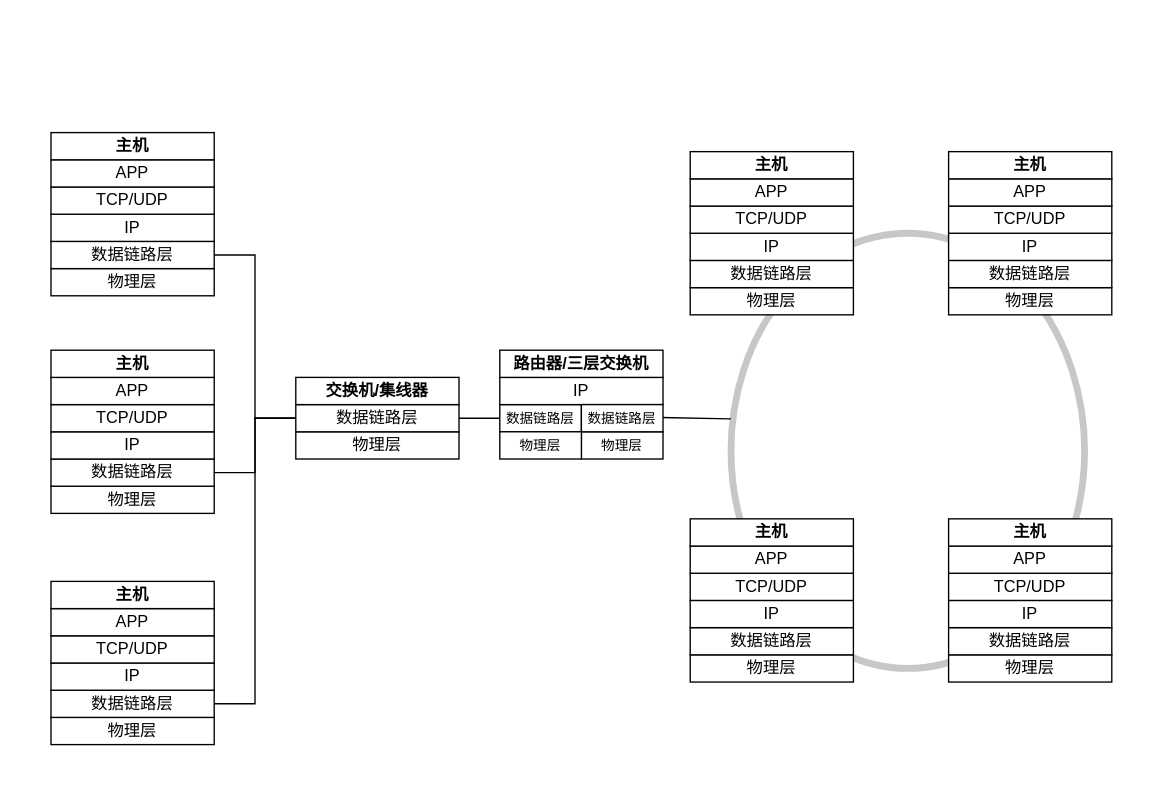
anorqiu9/drawio keeps this draw.io diagram as BankNetwork.drawio. Above is the earlier version. Source tidied: cells renumbered, new cells numbered last; positions are measured from the earlier drawing's top-left corner, leaving out a move shared by most shapes. Both pictures are drawn from the tidied source at 136%, with x=0, y=0 at pixel (50, 132).
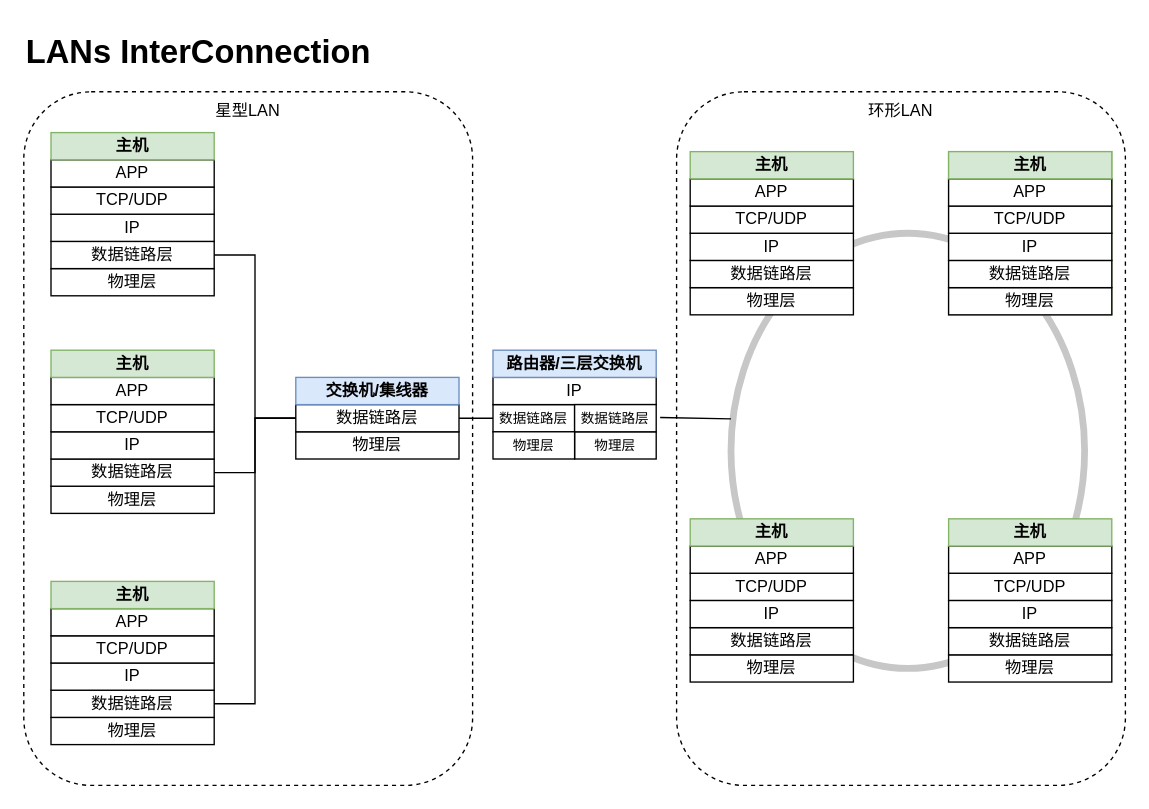
Above is the later version.

The change refers to these unchanged cells:
```xml
<mxCell id="3" style="group;" parent="1" vertex="1">
  <mxGeometry y="160" width="120" height="120" as="geometry" />
</mxCell>
<mxCell id="10" style="group;" parent="1" vertex="1">
  <mxGeometry x="180" y="180" width="120" height="60" as="geometry" />
</mxCell>
<mxCell id="21" style="group;" parent="1" vertex="1">
  <mxGeometry y="330" width="120" height="120" as="geometry" />
</mxCell>
<mxCell id="35" style="group;" parent="1" vertex="1">
  <mxGeometry x="470" y="284" width="120" height="120" as="geometry" />
</mxCell>
<mxCell id="42" style="group;" parent="1" vertex="1">
  <mxGeometry x="660" y="284" width="120" height="120" as="geometry" />
</mxCell>
```

What changed in the source:
```diff
@@
+    <mxCell id="66" value="星型LAN" style="rounded=1;whiteSpace=wrap;html=1;verticalAlign=top;fillColor=none;dashed=1;" parent="1" vertex="1">
+      <mxGeometry x="-20" y="-30" width="330" height="510" as="geometry" />
+    </mxCell>
+    <mxCell id="67" value="环形LAN" style="rounded=1;whiteSpace=wrap;html=1;verticalAlign=top;fillColor=none;dashed=1;" parent="1" vertex="1">
+      <mxGeometry x="460" y="-30" width="330" height="510" as="geometry" />
+    </mxCell>
@@
-    <mxCell id="9" value="主机" style="rounded=0;whiteSpace=wrap;html=1;fontStyle=1;" parent="3" vertex="1">
+    <mxCell id="9" value="主机" style="rounded=0;whiteSpace=wrap;html=1;fontStyle=1;fillColor=#d5e8d4;strokeColor=#82b366;" parent="3" vertex="1">
       <mxGeometry width="120" height="20" as="geometry" />
     </mxCell>
@@
-    <mxCell id="13" value="交换机/集线器" style="rounded=0;whiteSpace=wrap;html=1;fontStyle=1;" parent="10" vertex="1">
+    <mxCell id="13" value="交换机/集线器" style="rounded=0;whiteSpace=wrap;html=1;fontStyle=1;fillColor=#dae8fc;strokeColor=#6c8ebf;" parent="10" vertex="1">
       <mxGeometry width="120" height="20" as="geometry" />
     </mxCell>
-    <mxCell id="14" style="group;" parent="1" vertex="1">
-      <mxGeometry width="120" height="120" as="geometry" />
-    </mxCell>
-    <mxCell id="15" value="物理层" style="rounded=0;whiteSpace=wrap;html=1;" parent="14" vertex="1">
-      <mxGeometry y="100" width="120" height="20" as="geometry" />
-    </mxCell>
-    <mxCell id="16" value="数据链路层" style="rounded=0;whiteSpace=wrap;html=1;" parent="14" vertex="1">
-      <mxGeometry y="80" width="120" height="20" as="geometry" />
-    </mxCell>
-    <mxCell id="17" value="IP" style="rounded=0;whiteSpace=wrap;html=1;" parent="14" vertex="1">
-      <mxGeometry y="60" width="120" height="20" as="geometry" />
-    </mxCell>
-    <mxCell id="18" value="TCP/UDP" style="rounded=0;whiteSpace=wrap;html=1;" parent="14" vertex="1">
-      <mxGeometry y="40" width="120" height="20" as="geometry" />
-    </mxCell>
-    <mxCell id="19" value="APP" style="rounded=0;whiteSpace=wrap;html=1;" parent="14" vertex="1">
-      <mxGeometry y="20" width="120" height="20" as="geometry" />
-    </mxCell>
-    <mxCell id="20" value="主机" style="rounded=0;whiteSpace=wrap;html=1;fontStyle=1;" parent="14" vertex="1">
-      <mxGeometry width="120" height="20" as="geometry" />
-    </mxCell>
@@
-    <mxCell id="27" value="主机" style="rounded=0;whiteSpace=wrap;html=1;fontStyle=1;" parent="21" vertex="1">
+    <mxCell id="27" value="主机" style="rounded=0;whiteSpace=wrap;html=1;fontStyle=1;fillColor=#d5e8d4;strokeColor=#82b366;" parent="21" vertex="1">
       <mxGeometry width="120" height="20" as="geometry" />
     </mxCell>
-    <mxCell id="28" style="group;" parent="1" vertex="1">
+    <mxCell id="28" style="group;fillColor=#d5e8d4;strokeColor=#82b366;" parent="1" vertex="1">
       <mxGeometry x="660" y="14" width="120" height="120" as="geometry" />
     </mxCell>
@@
-    <mxCell id="34" value="主机" style="rounded=0;whiteSpace=wrap;html=1;fontStyle=1;" parent="28" vertex="1">
+    <mxCell id="34" value="主机" style="rounded=0;whiteSpace=wrap;html=1;fontStyle=1;fillColor=#d5e8d4;strokeColor=#82b366;" parent="28" vertex="1">
       <mxGeometry width="120" height="20" as="geometry" />
     </mxCell>
@@
-    <mxCell id="41" value="主机" style="rounded=0;whiteSpace=wrap;html=1;fontStyle=1;" parent="35" vertex="1">
+    <mxCell id="41" value="主机" style="rounded=0;whiteSpace=wrap;html=1;fontStyle=1;fillColor=#d5e8d4;strokeColor=#82b366;" parent="35" vertex="1">
       <mxGeometry width="120" height="20" as="geometry" />
     </mxCell>
@@
-    <mxCell id="48" value="主机" style="rounded=0;whiteSpace=wrap;html=1;fontStyle=1;" parent="42" vertex="1">
+    <mxCell id="48" value="主机" style="rounded=0;whiteSpace=wrap;html=1;fontStyle=1;fillColor=#d5e8d4;strokeColor=#82b366;" parent="42" vertex="1">
       <mxGeometry width="120" height="20" as="geometry" />
     </mxCell>
@@
-    <mxCell id="59" value="主机" style="rounded=0;whiteSpace=wrap;html=1;fontStyle=1;" parent="1" vertex="1">
+    <mxCell id="59" value="主机" style="rounded=0;whiteSpace=wrap;html=1;fontStyle=1;fillColor=#d5e8d4;strokeColor=#82b366;" parent="1" vertex="1">
       <mxGeometry x="470" y="14" width="120" height="20" as="geometry" />
     </mxCell>
     <mxCell id="60" value="物理层" style="rounded=0;whiteSpace=wrap;html=1;fontSize=10;" parent="1" vertex="1">
-      <mxGeometry x="390" y="220" width="60" height="20" as="geometry" />
+      <mxGeometry x="385" y="220" width="60" height="20" as="geometry" />
     </mxCell>
     <mxCell id="61" value="数据链路层" style="rounded=0;whiteSpace=wrap;html=1;fontSize=10;" parent="1" vertex="1">
-      <mxGeometry x="330" y="200" width="60" height="20" as="geometry" />
+      <mxGeometry x="325" y="200" width="60" height="20" as="geometry" />
     </mxCell>
     <mxCell id="62" value="IP" style="rounded=0;whiteSpace=wrap;html=1;" parent="1" vertex="1">
-      <mxGeometry x="330" y="180" width="120" height="20" as="geometry" />
+      <mxGeometry x="325" y="180" width="120" height="20" as="geometry" />
     </mxCell>
-    <mxCell id="63" value="路由器/三层交换机" style="rounded=0;whiteSpace=wrap;html=1;fontStyle=1;" parent="1" vertex="1">
-      <mxGeometry x="330" y="160" width="120" height="20" as="geometry" />
+    <mxCell id="63" value="路由器/三层交换机" style="rounded=0;whiteSpace=wrap;html=1;fontStyle=1;fillColor=#dae8fc;strokeColor=#6c8ebf;" parent="1" vertex="1">
+      <mxGeometry x="325" y="160" width="120" height="20" as="geometry" />
     </mxCell>
     <mxCell id="64" value="数据链路层" style="rounded=0;whiteSpace=wrap;html=1;fontSize=10;" parent="1" vertex="1">
-      <mxGeometry x="390" y="200" width="60" height="20" as="geometry" />
+      <mxGeometry x="385" y="200" width="60" height="20" as="geometry" />
     </mxCell>
     <mxCell id="65" value="物理层" style="rounded=0;whiteSpace=wrap;html=1;fontSize=10;" parent="1" vertex="1">
-      <mxGeometry x="330" y="220" width="60" height="20" as="geometry" />
+      <mxGeometry x="325" y="220" width="60" height="20" as="geometry" />
     </mxCell>
+    <mxCell id="15" value="物理层" style="rounded=0;whiteSpace=wrap;html=1;" parent="1" vertex="1">
+      <mxGeometry y="100" width="120" height="20" as="geometry" />
+    </mxCell>
+    <mxCell id="16" value="数据链路层" style="rounded=0;whiteSpace=wrap;html=1;" parent="1" vertex="1">
+      <mxGeometry y="80" width="120" height="20" as="geometry" />
+    </mxCell>
+    <mxCell id="17" value="IP" style="rounded=0;whiteSpace=wrap;html=1;" parent="1" vertex="1">
+      <mxGeometry y="60" width="120" height="20" as="geometry" />
+    </mxCell>
+    <mxCell id="18" value="TCP/UDP" style="rounded=0;whiteSpace=wrap;html=1;" parent="1" vertex="1">
+      <mxGeometry y="40" width="120" height="20" as="geometry" />
+    </mxCell>
+    <mxCell id="19" value="APP" style="rounded=0;whiteSpace=wrap;html=1;" parent="1" vertex="1">
+      <mxGeometry y="20" width="120" height="20" as="geometry" />
+    </mxCell>
+    <mxCell id="20" value="主机" style="rounded=0;whiteSpace=wrap;html=1;fontStyle=1;fillColor=#d5e8d4;strokeColor=#82b366;" parent="1" vertex="1">
+      <mxGeometry width="120" height="20" as="geometry" />
+    </mxCell>
+    <mxCell id="68" value="&lt;h1 style=&quot;margin-top: 0px;&quot;&gt;LANs InterConnection&lt;/h1&gt;" style="text;html=1;whiteSpace=wrap;overflow=hidden;rounded=0;" parent="1" vertex="1">
+      <mxGeometry x="-20" y="-80" width="460" height="40" as="geometry" />
+    </mxCell>
```
